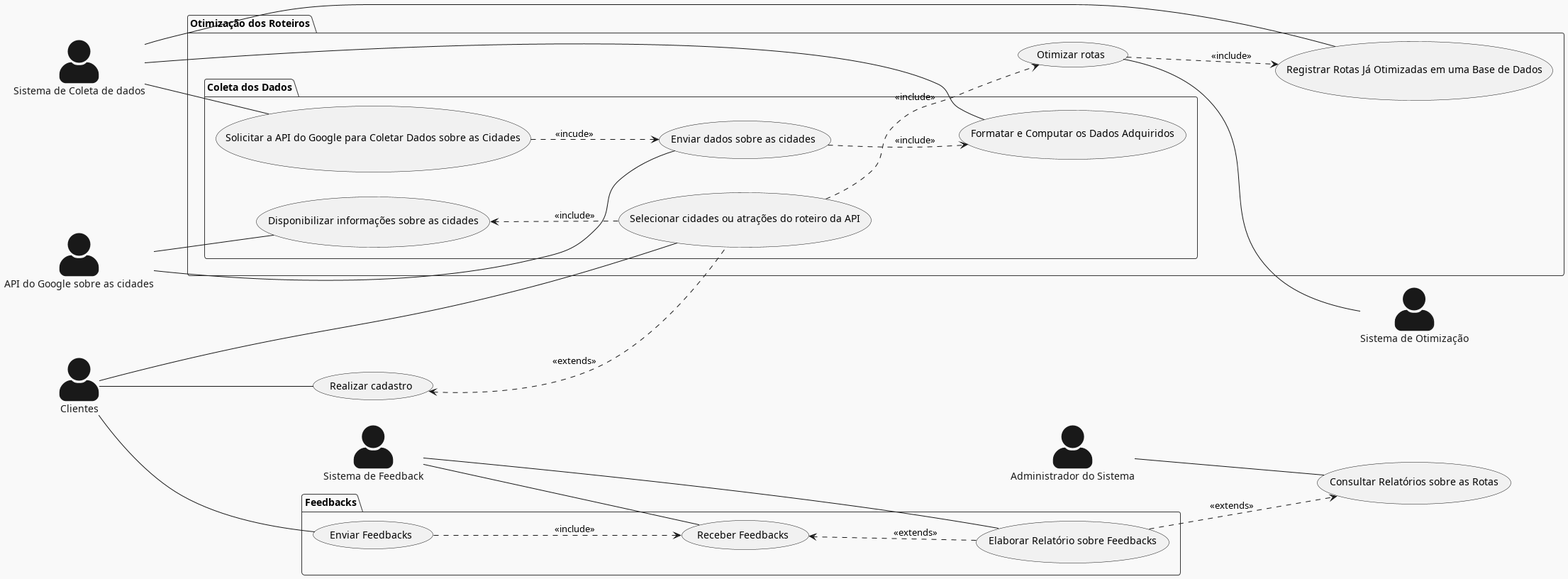
Before: Relatório/Semana-1/Diagramas/DCU.png, a diagram exported from PlantUML (pedrodilallo/site_turismo_SIG).
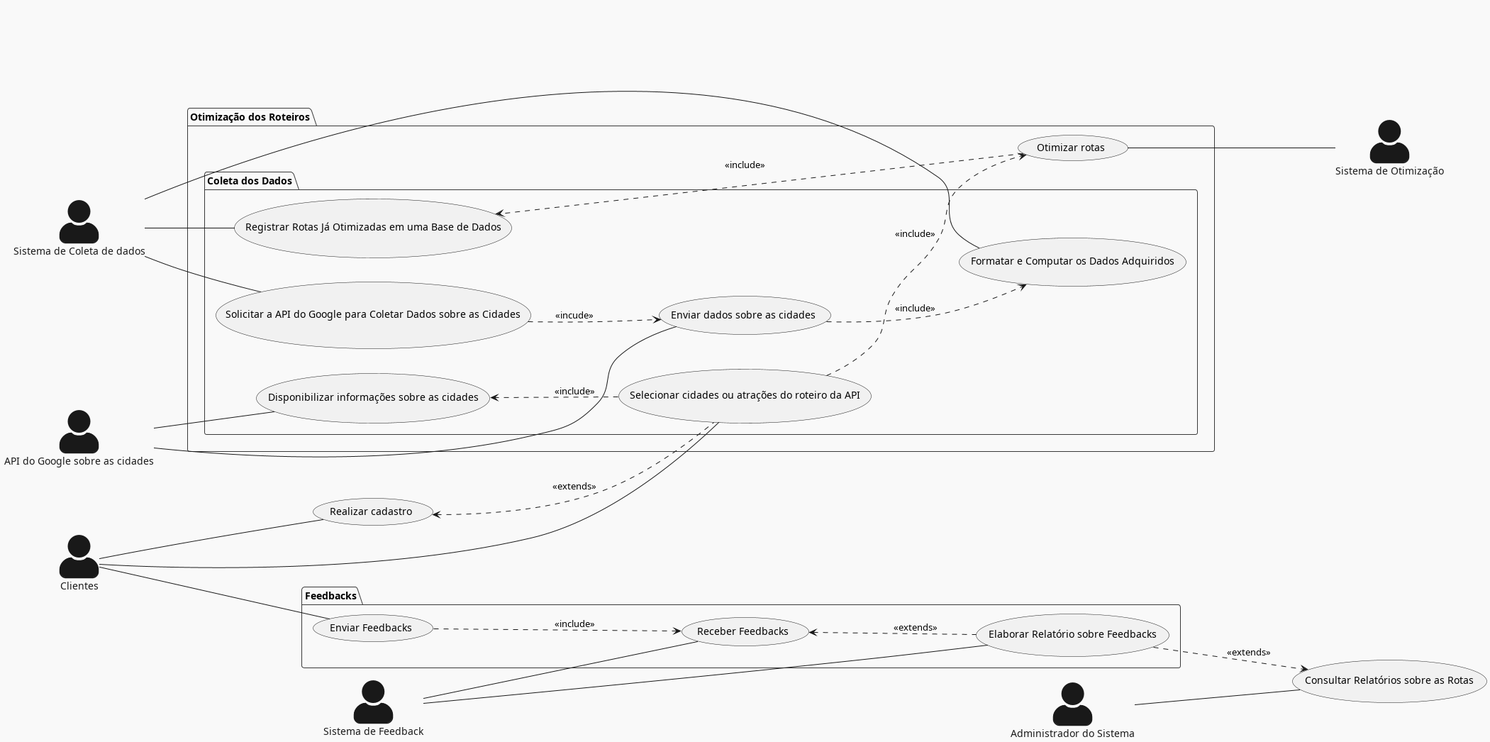
The same diagram one commit later.

Commit message:
Mais correções DCU

Diff of the diagram source:
```diff
@@ -19,7 +19,6 @@
 
 
 (Otimizar rotas) -- otimizador
-(Otimizar rotas) ..> (Registrar Rotas Já Otimizadas em uma Base de Dados) : <<include>>
 
     package "Coleta dos Dados"{
         cliente -- (Selecionar cidades ou atrações do roteiro da API)
@@ -31,6 +30,8 @@
         API -- (Enviar dados sobre as cidades)
         API -- (Disponibilizar informações sobre as cidades)
         (Disponibilizar informações sobre as cidades) <.. (Selecionar cidades ou atrações do roteiro da API) : <<include>>
+        (Otimizar rotas) ..> (Registrar Rotas Já Otimizadas em uma Base de Dados) : <<include>>
+
 
     }
 
```
